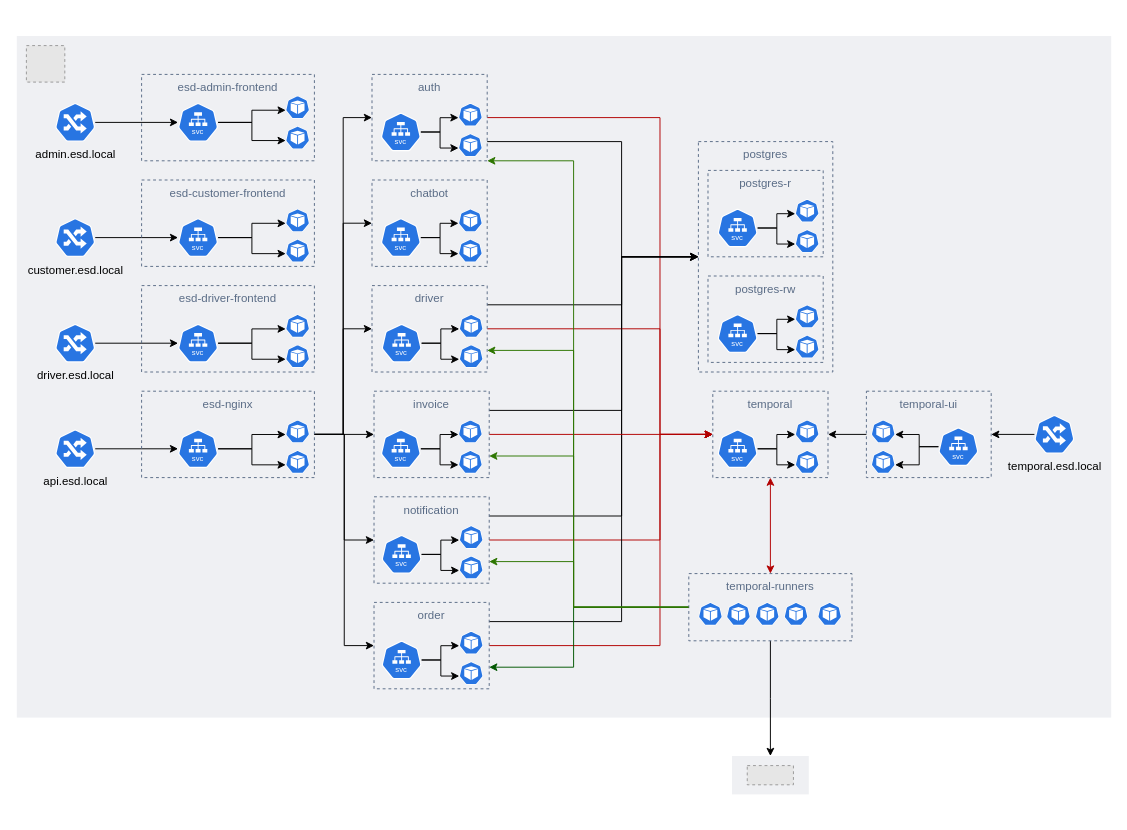
darkliyznyanlin910/esd-2425T2 keeps this draw.io diagram as diagrams/kubernetes.drawio. Above is the earlier version. Source tidied: cells renumbered, new cells numbered last; positions are measured from the earlier drawing's top-left corner, leaving out a move shared by most shapes. Both pictures are drawn from the tidied source at 96%, with x=0, y=0 at pixel (16, 36). Pictures stored in the file or linked from it are replaced by grey dashed boxes.
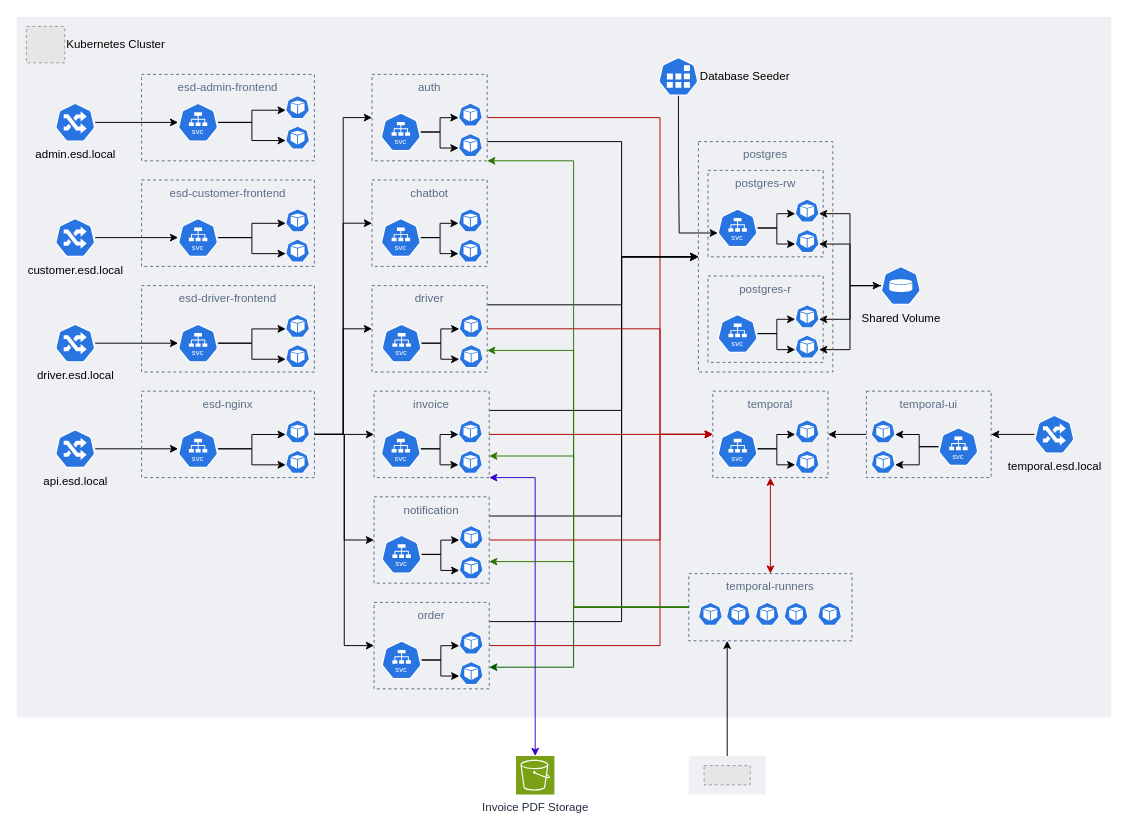
The same diagram, later.

Commit message:
Update Kubernetes diagram: adjusted element styles, fixed geometry dimensions, and updated version to 26.2.8.

The change refers to these unchanged cells:
```xml
<mxCell id="85" style="sketch=0;html=1;dashed=0;whitespace=wrap;verticalLabelPosition=bottom;verticalAlign=top;fillColor=#2875E2;strokeColor=#ffffff;points=[[0.005,0.63,0],[0.1,0.2,0],[0.9,0.2,0],[0.5,0,0],[0.995,0.63,0],[0.72,0.99,0],[0.5,1,0],[0.28,0.99,0]];shape=mxgraph.kubernetes.icon2;kubernetesLabel=1;prIcon=svc;" parent="84" vertex="1">
  <mxGeometry y="10" width="41.7" height="40" as="geometry" />
</mxCell>
<mxCell id="87" style="sketch=0;html=1;dashed=0;whitespace=wrap;verticalLabelPosition=bottom;verticalAlign=top;fillColor=#2875E2;strokeColor=#ffffff;points=[[0.005,0.63,0],[0.1,0.2,0],[0.9,0.2,0],[0.5,0,0],[0.995,0.63,0],[0.72,0.99,0],[0.5,1,0],[0.28,0.99,0]];shape=mxgraph.kubernetes.icon2;prIcon=pod;" parent="86" vertex="1">
  <mxGeometry width="25" height="24" as="geometry" />
</mxCell>
<mxCell id="88" style="sketch=0;html=1;dashed=0;whitespace=wrap;verticalLabelPosition=bottom;verticalAlign=top;fillColor=#2875E2;strokeColor=#ffffff;points=[[0.005,0.63,0],[0.1,0.2,0],[0.9,0.2,0],[0.5,0,0],[0.995,0.63,0],[0.72,0.99,0],[0.5,1,0],[0.28,0.99,0]];shape=mxgraph.kubernetes.icon2;prIcon=pod;" parent="86" vertex="1">
  <mxGeometry y="31.6" width="25" height="24" as="geometry" />
</mxCell>
<mxCell id="94" style="sketch=0;html=1;dashed=0;whitespace=wrap;verticalLabelPosition=bottom;verticalAlign=top;fillColor=#2875E2;strokeColor=#ffffff;points=[[0.005,0.63,0],[0.1,0.2,0],[0.9,0.2,0],[0.5,0,0],[0.995,0.63,0],[0.72,0.99,0],[0.5,1,0],[0.28,0.99,0]];shape=mxgraph.kubernetes.icon2;prIcon=pod;" parent="93" vertex="1">
  <mxGeometry width="25" height="24" as="geometry" />
</mxCell>
<mxCell id="95" style="sketch=0;html=1;dashed=0;whitespace=wrap;verticalLabelPosition=bottom;verticalAlign=top;fillColor=#2875E2;strokeColor=#ffffff;points=[[0.005,0.63,0],[0.1,0.2,0],[0.9,0.2,0],[0.5,0,0],[0.995,0.63,0],[0.72,0.99,0],[0.5,1,0],[0.28,0.99,0]];shape=mxgraph.kubernetes.icon2;prIcon=pod;" parent="93" vertex="1">
  <mxGeometry y="31.6" width="25" height="24" as="geometry" />
</mxCell>
<mxCell id="146" value="invoice" style="fillColor=none;strokeColor=#5A6C86;dashed=1;verticalAlign=top;fontStyle=0;fontColor=#5A6C86;whiteSpace=wrap;html=1;" parent="119" vertex="1">
  <mxGeometry x="372.1" y="370" width="120" height="90" as="geometry" />
</mxCell>
<mxCell id="157" value="temporal-runners" style="fillColor=none;strokeColor=#5A6C86;dashed=1;verticalAlign=top;fontStyle=0;fontColor=#5A6C86;whiteSpace=wrap;html=1;" parent="119" vertex="1">
  <mxGeometry x="700" y="560" width="170" height="70" as="geometry" />
</mxCell>
```

What changed in the source:
```diff
@@
     <mxCell id="2" style="fillColor=#EFF0F3;strokeColor=none;dashed=0;verticalAlign=top;fontStyle=0;fontColor=#232F3D;whiteSpace=wrap;html=1;" parent="1" vertex="1">
-      <mxGeometry width="1140" height="710" as="geometry" />
+      <mxGeometry y="-20" width="1140" height="730" as="geometry" />
     </mxCell>
@@
-    <mxCell id="4" style="fillColor=#E6E6E6;strokeColor=#999999;dashed=1;html=1;verticalLabelPosition=bottom;labelBackgroundColor=#ffffff;verticalAlign=top;fontColor=default;" parent="1" vertex="1">
-      <mxGeometry x="10" y="10" width="40" height="38" as="geometry" />
+    <mxCell id="4" value="Kubernetes Cluster" style="fillColor=#E6E6E6;strokeColor=#999999;dashed=1;html=1;verticalLabelPosition=middle;labelBackgroundColor=none;verticalAlign=middle;fontColor=default;labelPosition=right;align=left;" parent="1" vertex="1">
+      <mxGeometry x="10" y="-10" width="40" height="38" as="geometry" />
     </mxCell>
-    <mxCell id="5" style="group;" parent="1" vertex="1">
-      <mxGeometry x="745" y="750" width="80" height="40" as="geometry" />
-    </mxCell>
-    <mxCell id="6" style="fillColor=#EFF0F3;strokeColor=none;dashed=0;verticalAlign=top;fontStyle=0;fontColor=#232F3D;whiteSpace=wrap;html=1;" parent="5" vertex="1">
-      <mxGeometry width="80" height="40" as="geometry" />
-    </mxCell>
-    <mxCell id="7" style="fillColor=#E6E6E6;strokeColor=#999999;dashed=1;verticalLabelPosition=bottom;labelBackgroundColor=default;verticalAlign=top;" parent="5" vertex="1">
-      <mxGeometry x="15.9" y="10" width="48.1" height="20" as="geometry" />
-    </mxCell>
-    <mxCell id="8" style="edgeStyle=orthogonalEdgeStyle;rounded=0;jettySize=auto;html=1;" parent="1" edge="1" source="157">
-      <mxGeometry relative="1" as="geometry">
-        <mxPoint x="785" y="750" as="targetPoint" />
-      </mxGeometry>
-    </mxCell>
@@
+    <mxCell id="159" value="Shared Volume" style="sketch=0;html=1;dashed=0;whitespace=wrap;verticalLabelPosition=bottom;verticalAlign=top;fillColor=#2875E2;strokeColor=#ffffff;points=[[0.005,0.63,0],[0.1,0.2,0],[0.9,0.2,0],[0.5,0,0],[0.995,0.63,0],[0.72,0.99,0],[0.5,1,0],[0.28,0.99,0]];shape=mxgraph.kubernetes.icon2;prIcon=pv;" parent="9" vertex="1">
+      <mxGeometry x="900" y="240" width="41.7" height="40" as="geometry" />
+    </mxCell>
+    <mxCell id="160" value="Database Seeder" style="sketch=0;html=1;dashed=0;whitespace=wrap;verticalLabelPosition=middle;verticalAlign=middle;fillColor=#2875E2;strokeColor=#ffffff;points=[[0.005,0.63,0],[0.1,0.2,0],[0.9,0.2,0],[0.5,0,0],[0.995,0.63,0],[0.72,0.99,0],[0.5,1,0],[0.28,0.99,0]];shape=mxgraph.kubernetes.icon2;prIcon=job;labelPosition=right;align=left;" parent="9" vertex="1">
+      <mxGeometry x="668.3" y="22.2" width="41.7" height="40" as="geometry" />
+    </mxCell>
+    <mxCell id="161" style="edgeStyle=orthogonalEdgeStyle;rounded=0;jettySize=auto;html=1;entryX=0.995;entryY=0.63;entryDx=0;entryDy=0;entryPerimeter=0;" parent="9" edge="1" source="159" target="95">
+      <mxGeometry relative="1" as="geometry" />
+    </mxCell>
+    <mxCell id="162" style="edgeStyle=orthogonalEdgeStyle;rounded=0;jettySize=auto;html=1;entryX=0.995;entryY=0.63;entryDx=0;entryDy=0;entryPerimeter=0;" parent="9" edge="1" source="159" target="94">
+      <mxGeometry relative="1" as="geometry" />
+    </mxCell>
+    <mxCell id="163" style="edgeStyle=orthogonalEdgeStyle;rounded=0;jettySize=auto;html=1;entryX=0.995;entryY=0.63;entryDx=0;entryDy=0;entryPerimeter=0;" parent="9" edge="1" source="159" target="88">
+      <mxGeometry relative="1" as="geometry" />
+    </mxCell>
+    <mxCell id="164" style="edgeStyle=orthogonalEdgeStyle;rounded=0;jettySize=auto;html=1;entryX=0.995;entryY=0.63;entryDx=0;entryDy=0;entryPerimeter=0;startArrow=classic;startFill=1;" parent="9" edge="1" source="159" target="87">
+      <mxGeometry relative="1" as="geometry" />
+    </mxCell>
+    <mxCell id="165" style="edgeStyle=orthogonalEdgeStyle;rounded=0;jettySize=auto;html=1;entryX=0.005;entryY=0.63;entryDx=0;entryDy=0;entryPerimeter=0;" parent="9" edge="1" source="160" target="85">
+      <mxGeometry relative="1" as="geometry">
+        <Array as="points">
+          <mxPoint x="689" y="125" />
+          <mxPoint x="690" y="125" />
+          <mxPoint x="690" y="205" />
+        </Array>
+      </mxGeometry>
+    </mxCell>
+    <mxCell id="166" style="group;" parent="9" vertex="1">
+      <mxGeometry x="700" y="750" width="80" height="40" as="geometry" />
+    </mxCell>
+    <mxCell id="167" style="edgeStyle=orthogonalEdgeStyle;rounded=0;jettySize=auto;html=1;" parent="166" edge="1" source="6">
+      <mxGeometry relative="1" as="geometry">
+        <mxPoint x="40" y="-120" as="targetPoint" />
+      </mxGeometry>
+    </mxCell>
+    <mxCell id="6" style="fillColor=#EFF0F3;strokeColor=none;dashed=0;verticalAlign=top;fontStyle=0;fontColor=#232F3D;whiteSpace=wrap;html=1;" parent="166" vertex="1">
+      <mxGeometry width="80" height="40" as="geometry" />
+    </mxCell>
+    <mxCell id="7" style="fillColor=#E6E6E6;strokeColor=#999999;dashed=1;verticalLabelPosition=bottom;labelBackgroundColor=default;verticalAlign=top;" parent="166" vertex="1">
+      <mxGeometry x="15.9" y="10" width="48.1" height="20" as="geometry" />
+    </mxCell>
+    <mxCell id="168" style="edgeStyle=orthogonalEdgeStyle;rounded=0;jettySize=auto;html=1;entryX=1;entryY=1;entryDx=0;entryDy=0;fillColor=#6a00ff;strokeColor=#3700CC;startArrow=classic;startFill=1;" parent="9" edge="1" source="169" target="146">
+      <mxGeometry relative="1" as="geometry">
+        <Array as="points">
+          <mxPoint x="540" y="460" />
+        </Array>
+      </mxGeometry>
+    </mxCell>
+    <mxCell id="169" value="Invoice PDF Storage" style="sketch=0;points=[[0,0,0],[0.25,0,0],[0.5,0,0],[0.75,0,0],[1,0,0],[0,1,0],[0.25,1,0],[0.5,1,0],[0.75,1,0],[1,1,0],[0,0.25,0],[0,0.5,0],[0,0.75,0],[1,0.25,0],[1,0.5,0],[1,0.75,0]];outlineConnect=0;fontColor=#232F3E;fillColor=#7AA116;strokeColor=#ffffff;dashed=0;verticalLabelPosition=bottom;verticalAlign=top;align=center;html=1;fontSize=12;fontStyle=0;shape=mxgraph.aws4.resourceIcon;resIcon=mxgraph.aws4.s3;" parent="9" vertex="1">
+      <mxGeometry x="520" y="750" width="40" height="40" as="geometry" />
+    </mxCell>
@@
+    <mxCell id="149" value="postgres" style="fillColor=none;strokeColor=#5A6C86;dashed=1;verticalAlign=top;fontStyle=0;fontColor=#5A6C86;whiteSpace=wrap;html=1;" parent="119" vertex="1">
+      <mxGeometry x="710" y="110" width="140" height="240" as="geometry" />
+    </mxCell>
@@
-    <mxCell id="147" value="postgres-rw" style="fillColor=none;strokeColor=#5A6C86;dashed=1;verticalAlign=top;fontStyle=0;fontColor=#5A6C86;whiteSpace=wrap;html=1;" parent="119" vertex="1">
+    <mxCell id="147" value="postgres-r" style="fillColor=none;strokeColor=#5A6C86;dashed=1;verticalAlign=top;fontStyle=0;fontColor=#5A6C86;whiteSpace=wrap;html=1;" parent="119" vertex="1">
       <mxGeometry x="720" y="250" width="120" height="90" as="geometry" />
     </mxCell>
-    <mxCell id="148" value="postgres-r" style="fillColor=none;strokeColor=#5A6C86;dashed=1;verticalAlign=top;fontStyle=0;fontColor=#5A6C86;whiteSpace=wrap;html=1;" parent="119" vertex="1">
+    <mxCell id="148" value="postgres-rw" style="fillColor=none;strokeColor=#5A6C86;dashed=1;verticalAlign=top;fontStyle=0;fontColor=#5A6C86;whiteSpace=wrap;html=1;" parent="119" vertex="1">
       <mxGeometry x="720" y="140" width="120" height="90" as="geometry" />
     </mxCell>
-    <mxCell id="149" value="postgres" style="fillColor=none;strokeColor=#5A6C86;dashed=1;verticalAlign=top;fontStyle=0;fontColor=#5A6C86;whiteSpace=wrap;html=1;" parent="119" vertex="1">
-      <mxGeometry x="710" y="110" width="140" height="240" as="geometry" />
-    </mxCell>
```
